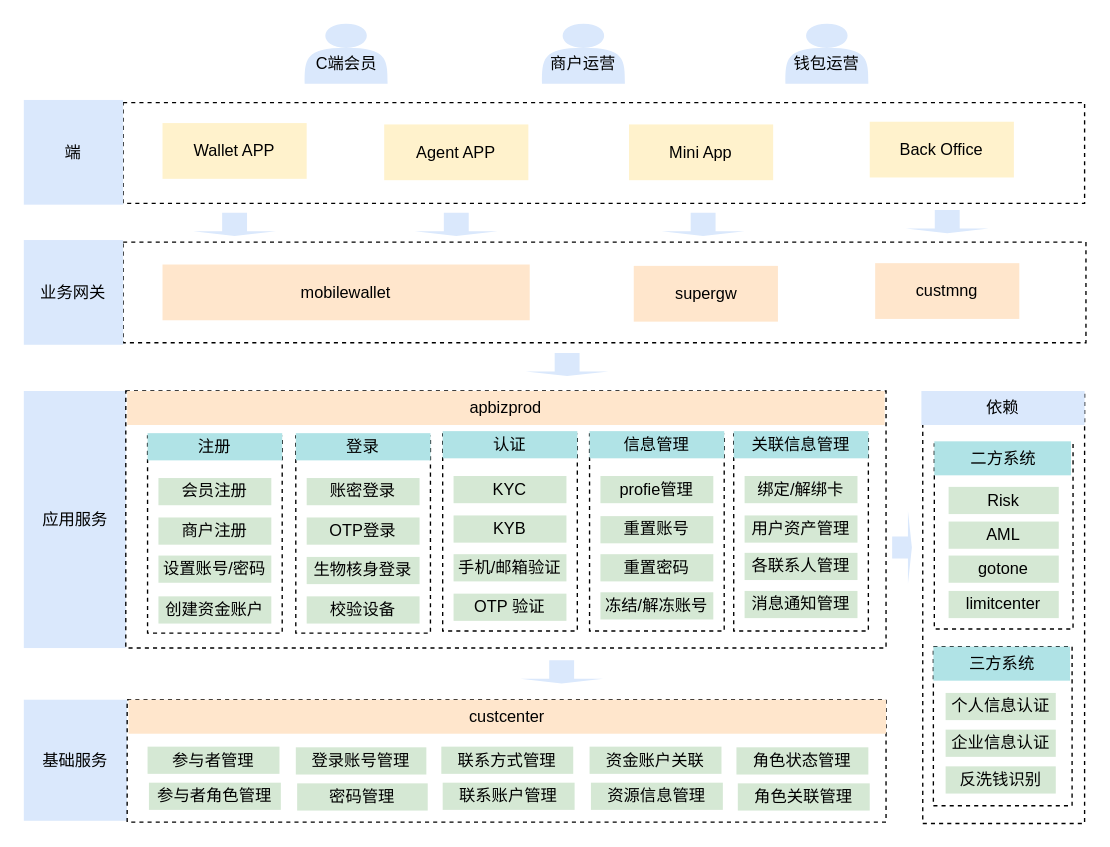
Earlier version of the draw.io diagram page "架构" (1 of 18) of 会员账户.drawio (renqiuming/drawio). Source tidied: cells renumbered, new cells numbered last; positions are measured from the earlier drawing's top-left corner, leaving out a move shared by most shapes. Both pictures are drawn from the tidied source at 136%, with x=0, y=0 at pixel (23, 23).
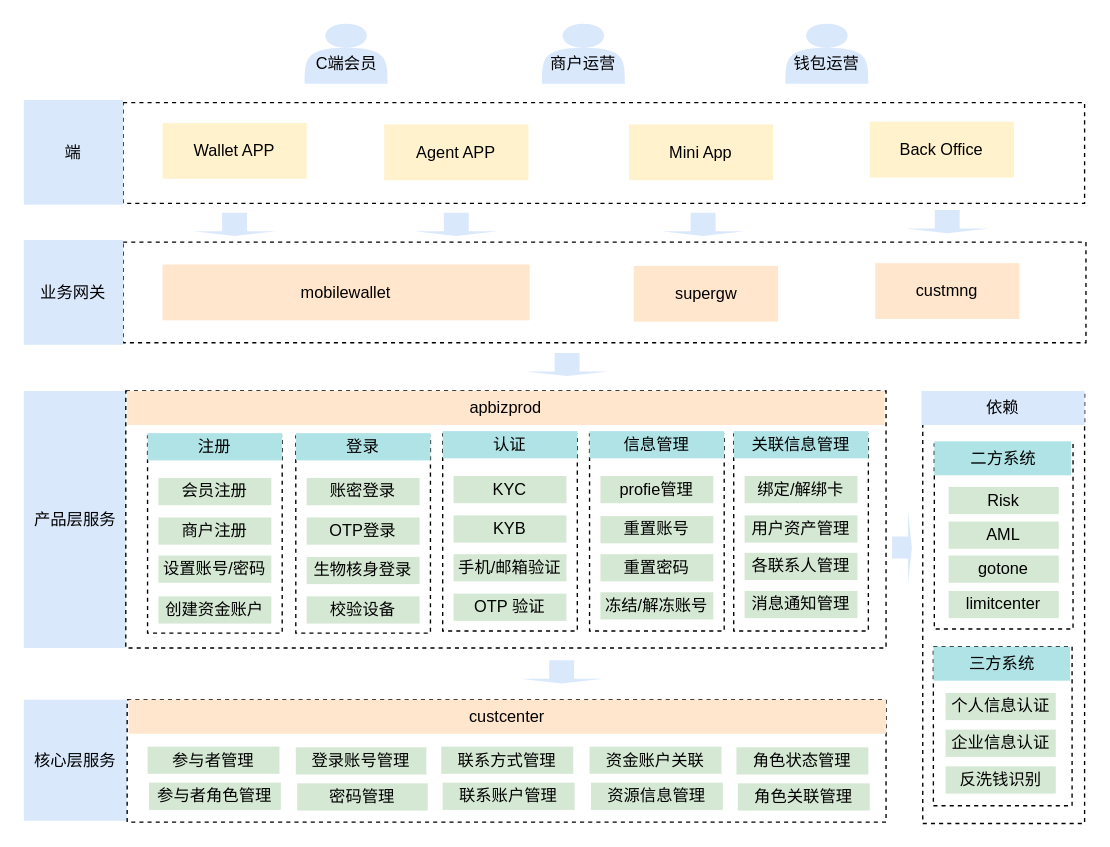
The same diagram, later.

The edit, as a diff of the source:
```diff
@@
-    <mxCell id="15" value="应用服务" style="rounded=0;whiteSpace=wrap;html=1;fillColor=#dae8fc;strokeColor=none;" parent="1" vertex="1">
+    <mxCell id="15" value="产品层服务" style="rounded=0;whiteSpace=wrap;html=1;fillColor=#dae8fc;strokeColor=none;" parent="1" vertex="1">
       <mxGeometry y="270" width="76" height="189" as="geometry" />
     </mxCell>
@@
-    <mxCell id="18" value="基础服务" style="rounded=0;whiteSpace=wrap;html=1;fillColor=#dae8fc;strokeColor=none;" parent="1" vertex="1">
+    <mxCell id="18" value="核心层服务" style="rounded=0;whiteSpace=wrap;html=1;fillColor=#dae8fc;strokeColor=none;" parent="1" vertex="1">
       <mxGeometry y="497" width="76" height="89" as="geometry" />
     </mxCell>
```
